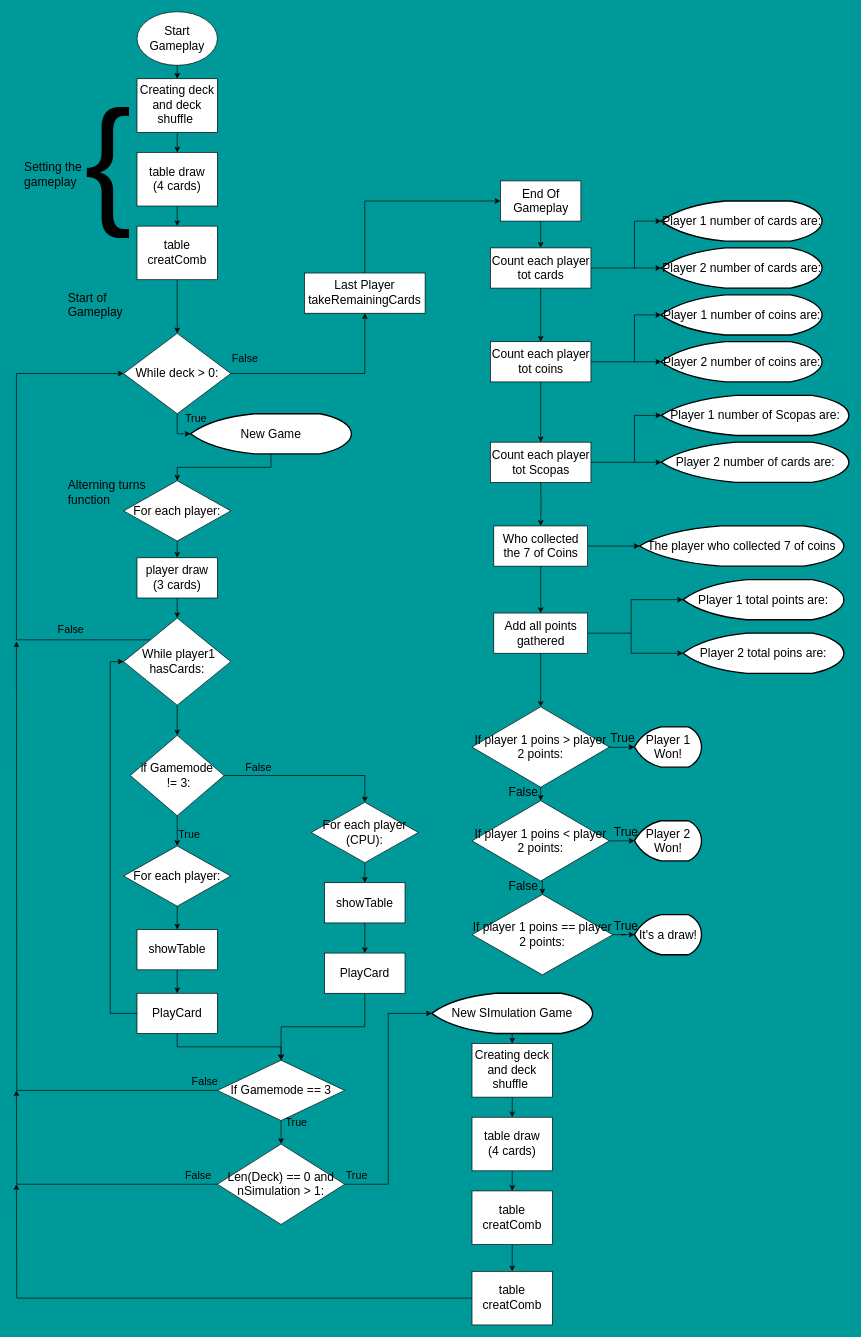
The draw.io diagram page "Gameplay" (2 of 6) of Scopa python game/Scopa Game flowchart/Scopa Game Flowchart.drawio in ABellassai/ACC-AlessandroB2, before the edit. Source tidied: cells renumbered, new cells numbered last; positions are measured from the earlier drawing's top-left corner, leaving out a move shared by most shapes. Both pictures are drawn from the tidied source at 67%, with x=0, y=0 at pixel (16, 11).
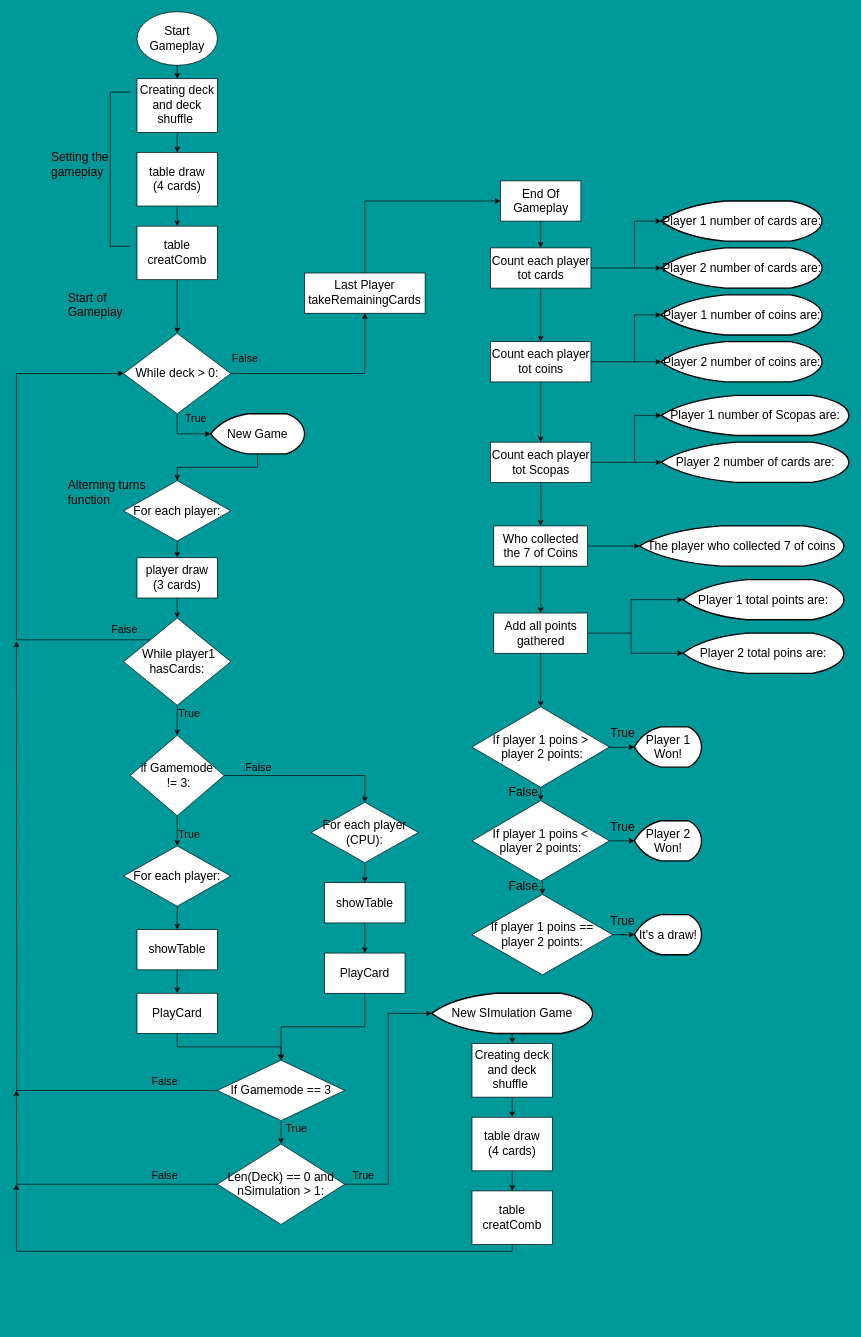
The same diagram, later.

Unchanged cells that the change refers to:
```xml
<mxCell id="63" value="PlayCard" style="rounded=0;whiteSpace=wrap;html=1;fontSize=18;" parent="1" vertex="1">
  <mxGeometry x="180" y="1465" width="120" height="60" as="geometry" />
</mxCell>
<mxCell id="65" value="&lt;font style=&quot;font-size: 18px;&quot;&gt;&amp;nbsp;While player1 hasCards:&lt;/font&gt;" style="rhombus;whiteSpace=wrap;html=1;" parent="1" vertex="1">
  <mxGeometry x="160" y="905" width="160" height="130" as="geometry" />
</mxCell>
<mxCell id="106" value="table creatComb" style="rounded=0;whiteSpace=wrap;html=1;fontSize=18;" parent="1" vertex="1">
  <mxGeometry x="680" y="1760" width="120" height="80" as="geometry" />
</mxCell>
```

The edit, as a diff of the source:
```diff
@@
     <mxCell id="16" value="Setting the gameplay" style="text;whiteSpace=wrap;html=1;fontSize=18;" parent="1" vertex="1">
-      <mxGeometry x="10" y="215" width="120" height="50" as="geometry" />
+      <mxGeometry x="50" y="200" width="120" height="50" as="geometry" />
     </mxCell>
-    <mxCell id="17" value="&lt;font style=&quot;font-size: 210px;&quot;&gt;{&lt;/font&gt;" style="text;whiteSpace=wrap;html=1;fontSize=18;" parent="1" vertex="1">
-      <mxGeometry x="100" y="90" width="70" height="60" as="geometry" />
-    </mxCell>
@@
-    <mxCell id="31" value="&lt;span style=&quot;font-size: 18px;&quot;&gt;If player 1 poins &amp;gt; player 2 points:&lt;/span&gt;" style="rhombus;whiteSpace=wrap;html=1;" parent="1" vertex="1">
+    <mxCell id="31" value="&lt;span style=&quot;font-size: 18px;&quot;&gt;If player 1 poins &amp;gt;&lt;br&gt;&amp;nbsp;player 2 points:&lt;/span&gt;" style="rhombus;whiteSpace=wrap;html=1;" parent="1" vertex="1">
       <mxGeometry x="680" y="1037.5" width="205" height="120" as="geometry" />
     </mxCell>
@@
-    <mxCell id="35" value="&lt;span style=&quot;font-size: 18px;&quot;&gt;If player 1 poins &amp;lt; player 2 points:&lt;/span&gt;" style="rhombus;whiteSpace=wrap;html=1;" parent="1" vertex="1">
+    <mxCell id="35" value="&lt;span style=&quot;font-size: 18px;&quot;&gt;If player 1 poins &amp;lt;&lt;br&gt;player 2 points:&lt;/span&gt;" style="rhombus;whiteSpace=wrap;html=1;" parent="1" vertex="1">
       <mxGeometry x="680" y="1177.5" width="205" height="120" as="geometry" />
     </mxCell>
@@
-    <mxCell id="38" value="&lt;span style=&quot;font-size: 18px;&quot;&gt;If player 1 poins == player 2 points:&lt;/span&gt;" style="rhombus;whiteSpace=wrap;html=1;" parent="1" vertex="1">
+    <mxCell id="38" value="&lt;span style=&quot;font-size: 18px;&quot;&gt;If player 1 poins == &lt;br&gt;player 2 points:&lt;/span&gt;" style="rhombus;whiteSpace=wrap;html=1;" parent="1" vertex="1">
       <mxGeometry x="680" y="1317.5" width="210" height="120" as="geometry" />
     </mxCell>
@@
     <mxCell id="53" value="True" style="text;whiteSpace=wrap;html=1;fontSize=18;" parent="1" vertex="1">
-      <mxGeometry x="885" y="1067.5" width="45" height="30" as="geometry" />
+      <mxGeometry x="885" y="1060" width="45" height="30" as="geometry" />
     </mxCell>
     <mxCell id="54" value="True" style="text;whiteSpace=wrap;html=1;fontSize=18;" parent="1" vertex="1">
-      <mxGeometry x="890" y="1207.5" width="45" height="30" as="geometry" />
+      <mxGeometry x="885" y="1200" width="45" height="30" as="geometry" />
     </mxCell>
     <mxCell id="55" value="True" style="text;whiteSpace=wrap;html=1;fontSize=18;" parent="1" vertex="1">
-      <mxGeometry x="890" y="1347.5" width="45" height="30" as="geometry" />
+      <mxGeometry x="885" y="1340" width="45" height="30" as="geometry" />
     </mxCell>
@@
-    <mxCell id="61" style="edgeStyle=orthogonalEdgeStyle;rounded=0;jettySize=auto;html=1;exitX=0;exitY=0.5;exitDx=0;exitDy=0;entryX=0;entryY=0.5;entryDx=0;entryDy=0;" parent="1" edge="1" source="63" target="65">
-      <mxGeometry relative="1" as="geometry" />
-    </mxCell>
@@
     <mxCell id="67" value="&lt;font style=&quot;font-size: 16px;&quot;&gt;False&lt;/font&gt;" style="text;whiteSpace=wrap;html=1;fontSize=18;" parent="1" vertex="1">
-      <mxGeometry x="60" y="905" width="50" height="30" as="geometry" />
+      <mxGeometry x="140" y="905" width="50" height="30" as="geometry" />
     </mxCell>
@@
     <mxCell id="82" value="New Game" style="strokeWidth=2;html=1;shape=mxgraph.flowchart.display;whiteSpace=wrap;fontSize=18;" parent="1" vertex="1">
-      <mxGeometry x="260" y="600" width="240" height="60" as="geometry" />
+      <mxGeometry x="290" y="600" width="140" height="60" as="geometry" />
     </mxCell>
@@
-    <mxCell id="105" style="edgeStyle=orthogonalEdgeStyle;rounded=0;jettySize=auto;html=1;exitX=0.5;exitY=1;exitDx=0;exitDy=0;entryX=0.5;entryY=0;entryDx=0;entryDy=0;" parent="1" edge="1" source="106" target="108">
-      <mxGeometry relative="1" as="geometry" />
-    </mxCell>
+    <mxCell id="115" style="edgeStyle=orthogonalEdgeStyle;rounded=0;jettySize=auto;html=1;exitX=0.5;exitY=1;exitDx=0;exitDy=0;" parent="1" edge="1" source="106">
+      <mxGeometry relative="1" as="geometry">
+        <mxPoint y="1750" as="targetPoint" />
+        <Array as="points">
+          <mxPoint x="740" y="1850" />
+          <mxPoint y="1850" />
+        </Array>
+      </mxGeometry>
+    </mxCell>
@@
-    <mxCell id="107" style="edgeStyle=orthogonalEdgeStyle;rounded=0;jettySize=auto;html=1;exitX=0;exitY=0.5;exitDx=0;exitDy=0;" parent="1" edge="1" source="108">
-      <mxGeometry relative="1" as="geometry">
-        <mxPoint y="1750" as="targetPoint" />
-      </mxGeometry>
-    </mxCell>
-    <mxCell id="108" value="table creatComb" style="rounded=0;whiteSpace=wrap;html=1;fontSize=18;" parent="1" vertex="1">
-      <mxGeometry x="680" y="1880" width="120" height="80" as="geometry" />
-    </mxCell>
     <mxCell id="109" value="&lt;font style=&quot;font-size: 16px;&quot;&gt;False&lt;/font&gt;" style="text;whiteSpace=wrap;html=1;fontSize=18;" parent="1" vertex="1">
-      <mxGeometry x="260" y="1580" width="50" height="30" as="geometry" />
+      <mxGeometry x="200" y="1580" width="50" height="30" as="geometry" />
     </mxCell>
     <mxCell id="110" value="&lt;font style=&quot;font-size: 16px;&quot;&gt;True&lt;/font&gt;" style="text;whiteSpace=wrap;html=1;fontSize=18;" parent="1" vertex="1">
-      <mxGeometry x="400" y="1640" width="50" height="30" as="geometry" />
+      <mxGeometry x="400" y="1650" width="50" height="30" as="geometry" />
     </mxCell>
     <mxCell id="111" value="&lt;font style=&quot;font-size: 16px;&quot;&gt;True&lt;/font&gt;" style="text;whiteSpace=wrap;html=1;fontSize=18;" parent="1" vertex="1">
-      <mxGeometry x="490" y="1720" width="50" height="30" as="geometry" />
+      <mxGeometry x="500" y="1720" width="50" height="30" as="geometry" />
     </mxCell>
     <mxCell id="112" value="&lt;font style=&quot;font-size: 16px;&quot;&gt;False&lt;/font&gt;" style="text;whiteSpace=wrap;html=1;fontSize=18;" parent="1" vertex="1">
-      <mxGeometry x="250" y="1720" width="50" height="30" as="geometry" />
+      <mxGeometry x="200" y="1720" width="50" height="30" as="geometry" />
     </mxCell>
@@
+    <mxCell id="116" value="&lt;font style=&quot;font-size: 16px;&quot;&gt;True&lt;/font&gt;" style="text;whiteSpace=wrap;html=1;fontSize=18;" parent="1" vertex="1">
+      <mxGeometry x="240" y="1030" width="50" height="30" as="geometry" />
+    </mxCell>
+    <mxCell id="117" style="endArrow=none;html=1;rounded=0;" parent="1" edge="1">
+      <mxGeometry relative="1" as="geometry">
+        <mxPoint x="140" y="352.5" as="sourcePoint" />
+        <mxPoint x="140" y="120" as="targetPoint" />
+      </mxGeometry>
+    </mxCell>
+    <mxCell id="118" style="endArrow=none;html=1;rounded=0;" parent="1" edge="1">
+      <mxGeometry relative="1" as="geometry">
+        <mxPoint x="140" y="120" as="sourcePoint" />
+        <mxPoint x="170" y="120" as="targetPoint" />
+      </mxGeometry>
+    </mxCell>
+    <mxCell id="119" style="endArrow=none;html=1;rounded=0;" parent="1" edge="1">
+      <mxGeometry relative="1" as="geometry">
+        <mxPoint x="140" y="350" as="sourcePoint" />
+        <mxPoint x="170" y="350" as="targetPoint" />
+      </mxGeometry>
+    </mxCell>
```
